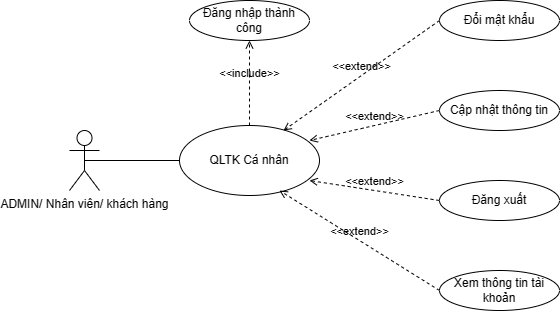
Earlier version of the draw.io export UC/imgs/UC_QUANLYTAIKHOANCANHAN.drawio.png (hieuNV0871/da). Source tidied: cells renumbered, new cells last; positions are measured from the earlier drawing's top-left corner, leaving out a move shared by most shapes.
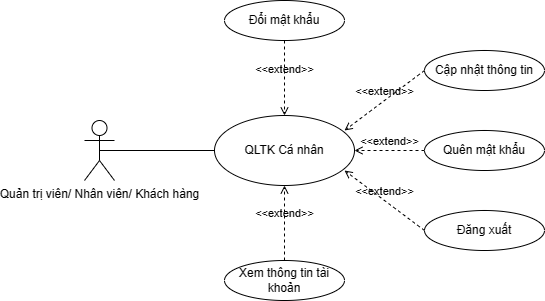
Later version of the same file.

Diff of the diagram source:
```diff
@@ -5,29 +5,23 @@
     <mxCell id="2" value="QLTK Cá nhân" style="ellipse;whiteSpace=wrap;html=1;" parent="1" vertex="1">
       <mxGeometry x="110" y="125" width="140" height="70" as="geometry" />
     </mxCell>
-    <mxCell id="3" value="ADMIN/ Nhân viên/ khách hàng" style="shape=umlActor;verticalLabelPosition=bottom;verticalAlign=top;html=1;" parent="1" vertex="1">
-      <mxGeometry y="130" width="30" height="60" as="geometry" />
+    <mxCell id="3" value="Quản trị viên/ Nhân viên/ Khách hàng" style="shape=umlActor;verticalLabelPosition=bottom;verticalAlign=top;html=1;" parent="1" vertex="1">
+      <mxGeometry x="-20" y="130" width="30" height="60" as="geometry" />
     </mxCell>
-    <mxCell id="4" value="&amp;lt;&amp;lt;include&amp;gt;&amp;gt;" style="html=1;verticalAlign=bottom;labelBackgroundColor=none;endArrow=open;endFill=0;dashed=1;rounded=0;exitX=0.5;exitY=0;exitDx=0;exitDy=0;" parent="1" edge="1" source="2" target="5">
-      <mxGeometry relative="1" as="geometry" />
-    </mxCell>
-    <mxCell id="5" value="Đăng nhập thành công" style="ellipse;whiteSpace=wrap;html=1;" parent="1" vertex="1">
-      <mxGeometry x="120" width="120" height="40" as="geometry" />
-    </mxCell>
     <mxCell id="6" style="endArrow=none;html=1;rounded=0;exitX=0.5;exitY=0.5;exitDx=0;exitDy=0;exitPerimeter=0;entryX=0;entryY=0.5;entryDx=0;entryDy=0;" parent="1" edge="1" source="3" target="2">
       <mxGeometry relative="1" as="geometry" />
     </mxCell>
     <mxCell id="7" value="Đổi mật khẩu" style="ellipse;whiteSpace=wrap;html=1;" parent="1" vertex="1">
-      <mxGeometry x="370" width="120" height="40" as="geometry" />
+      <mxGeometry x="120" y="10" width="120" height="40" as="geometry" />
     </mxCell>
-    <mxCell id="8" value="&amp;lt;&amp;lt;extend&amp;gt;&amp;gt;" style="html=1;verticalAlign=bottom;labelBackgroundColor=none;endArrow=open;endFill=0;dashed=1;rounded=0;exitX=0;exitY=0.5;exitDx=0;exitDy=0;entryX=0.743;entryY=0.071;entryDx=0;entryDy=0;entryPerimeter=0;" parent="1" edge="1" source="7" target="2">
+    <mxCell id="8" value="&amp;lt;&amp;lt;extend&amp;gt;&amp;gt;" style="html=1;verticalAlign=bottom;labelBackgroundColor=none;endArrow=open;endFill=0;dashed=1;rounded=0;exitX=0.5;exitY=1;exitDx=0;exitDy=0;entryX=0.5;entryY=0;entryDx=0;entryDy=0;" parent="1" edge="1" source="7" target="2">
       <mxGeometry relative="1" as="geometry" />
     </mxCell>
     <mxCell id="9" value="Cập nhật thông tin" style="ellipse;whiteSpace=wrap;html=1;" parent="1" vertex="1">
-      <mxGeometry x="370" y="90" width="120" height="40" as="geometry" />
+      <mxGeometry x="320" y="60" width="120" height="40" as="geometry" />
     </mxCell>
     <mxCell id="10" value="Đăng xuất" style="ellipse;whiteSpace=wrap;html=1;" parent="1" vertex="1">
-      <mxGeometry x="370" y="180" width="120" height="40" as="geometry" />
+      <mxGeometry x="320" y="220" width="120" height="40" as="geometry" />
     </mxCell>
     <mxCell id="11" value="&amp;lt;&amp;lt;extend&amp;gt;&amp;gt;" style="html=1;verticalAlign=bottom;labelBackgroundColor=none;endArrow=open;endFill=0;dashed=1;rounded=0;exitX=0;exitY=0.5;exitDx=0;exitDy=0;" parent="1" edge="1" source="9">
       <mxGeometry relative="1" as="geometry">
@@ -40,10 +34,16 @@
       </mxGeometry>
     </mxCell>
     <mxCell id="13" value="Xem thông tin tài khoản" style="ellipse;whiteSpace=wrap;html=1;" parent="1" vertex="1">
-      <mxGeometry x="370" y="270" width="120" height="40" as="geometry" />
+      <mxGeometry x="120" y="270" width="120" height="40" as="geometry" />
     </mxCell>
-    <mxCell id="14" value="&amp;lt;&amp;lt;extend&amp;gt;&amp;gt;" style="html=1;verticalAlign=bottom;labelBackgroundColor=none;endArrow=open;endFill=0;dashed=1;rounded=0;exitX=0;exitY=0.5;exitDx=0;exitDy=0;entryX=0.714;entryY=0.929;entryDx=0;entryDy=0;exitPerimeter=0;entryPerimeter=0;" parent="1" edge="1" source="13" target="2">
+    <mxCell id="14" value="&amp;lt;&amp;lt;extend&amp;gt;&amp;gt;" style="html=1;verticalAlign=bottom;labelBackgroundColor=none;endArrow=open;endFill=0;dashed=1;rounded=0;exitX=0.5;exitY=0;exitDx=0;exitDy=0;entryX=0.5;entryY=1;entryDx=0;entryDy=0;" parent="1" edge="1" source="13" target="2">
       <mxGeometry relative="1" as="geometry" />
     </mxCell>
+    <mxCell id="15" value="Quên mật khẩu" style="ellipse;whiteSpace=wrap;html=1;" parent="1" vertex="1">
+      <mxGeometry x="320" y="140" width="120" height="40" as="geometry" />
+    </mxCell>
+    <mxCell id="16" value="&amp;lt;&amp;lt;extend&amp;gt;&amp;gt;" style="html=1;verticalAlign=bottom;labelBackgroundColor=none;endArrow=open;endFill=0;dashed=1;rounded=0;exitX=0;exitY=0.5;exitDx=0;exitDy=0;entryX=1;entryY=0.5;entryDx=0;entryDy=0;" parent="1" edge="1" source="15" target="2">
+      <mxGeometry relative="1" as="geometry" />
+    </mxCell>
   </root>
 </mxGraphModel>
```
